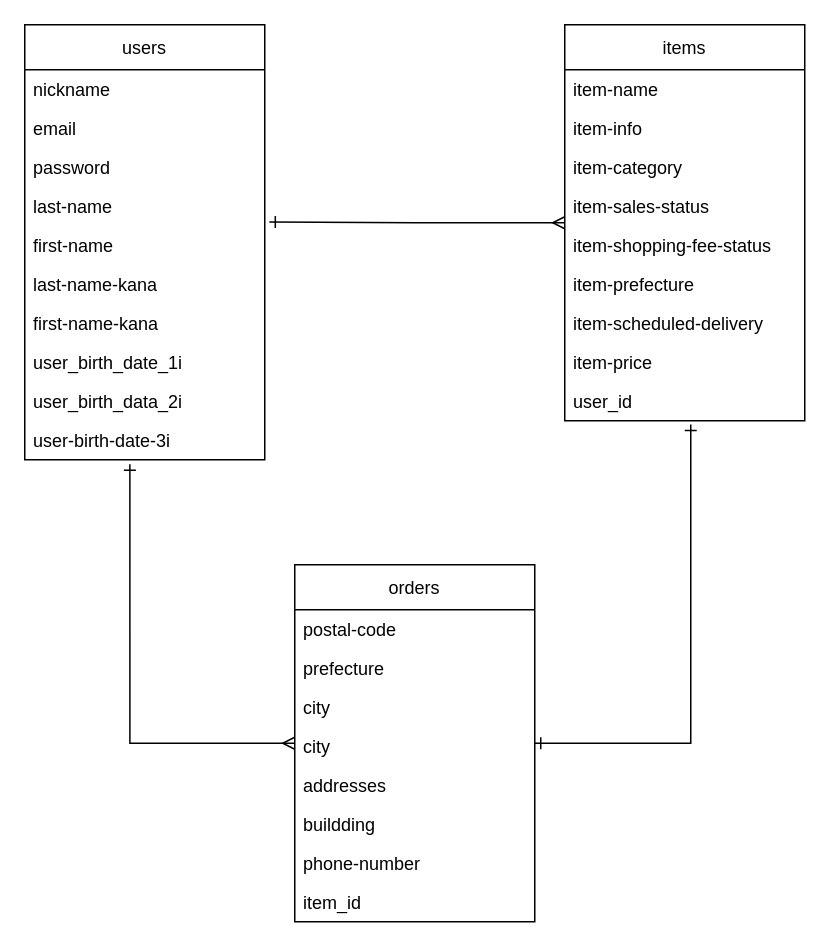
The draw.io diagram furima.dio in mikuma1/furima-31094, before the edit. Source tidied: cells renumbered, new cells numbered last; positions are measured from the earlier drawing's top-left corner, leaving out a move shared by most shapes. Both pictures are drawn from the tidied source at 150%, with x=0, y=0 at pixel (24, 24).
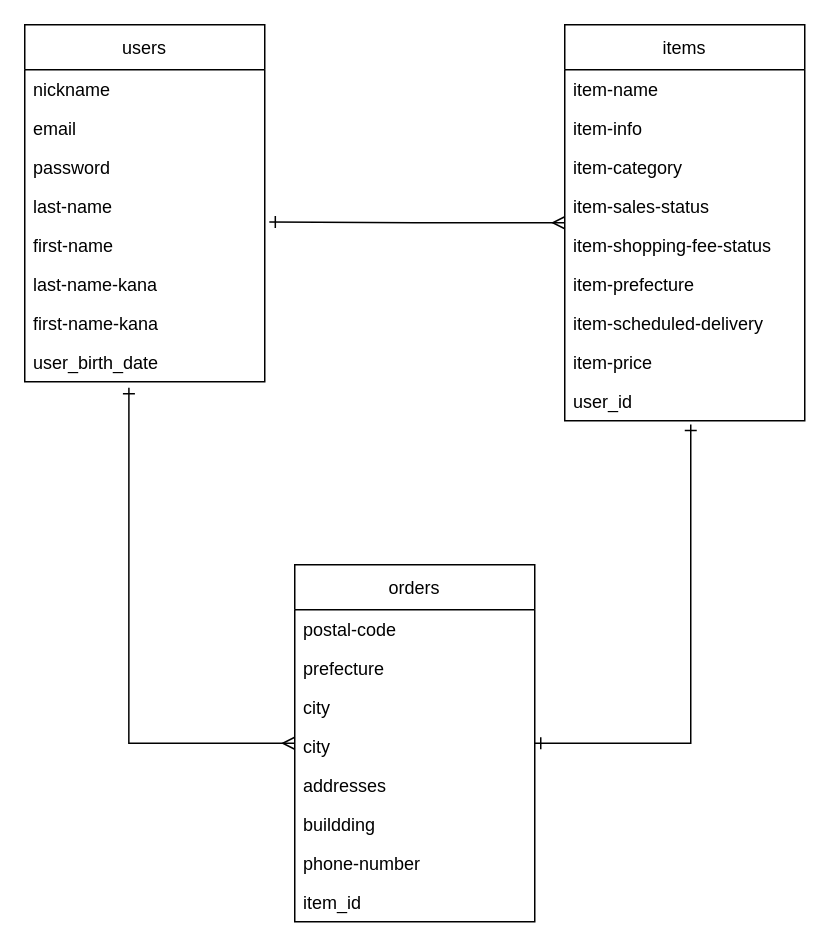
After the change.

Commit message (it also covers changes not shown here):
usersテーブル生年月日カラムをdate型に変更

Unchanged cells that the change refers to:
```xml
<mxCell id="26" value="orders" style="swimlane;fontStyle=0;horizontal=1;startSize=30;fillColor=none;" parent="1" vertex="1">
  <mxGeometry x="180" y="360" width="160" height="238" as="geometry" />
</mxCell>
```

What changed in the source:
```diff
@@
     <mxCell id="13" value="users" style="swimlane;fontStyle=0;horizontal=1;startSize=30;fillColor=none;" parent="1" vertex="1">
-      <mxGeometry width="160" height="290" as="geometry" />
+      <mxGeometry width="160" height="238" as="geometry" />
     </mxCell>
@@
-    <mxCell id="21" value="user_birth_date_1i" style="text;strokeColor=none;fillColor=none;align=left;verticalAlign=top;spacingLeft=4;spacingRight=4;overflow=hidden;points=[[0,0.5],[1,0.5]];portConstraint=eastwest;" parent="13" vertex="1">
+    <mxCell id="21" value="user_birth_date" style="text;strokeColor=none;fillColor=none;align=left;verticalAlign=top;spacingLeft=4;spacingRight=4;overflow=hidden;points=[[0,0.5],[1,0.5]];portConstraint=eastwest;" parent="13" vertex="1">
       <mxGeometry y="212" width="160" height="26" as="geometry" />
     </mxCell>
-    <mxCell id="22" value="user_birth_data_2i" style="text;strokeColor=none;fillColor=none;align=left;verticalAlign=top;spacingLeft=4;spacingRight=4;overflow=hidden;" parent="13" vertex="1">
-      <mxGeometry y="238" width="160" height="26" as="geometry" />
-    </mxCell>
-    <mxCell id="23" value="user-birth-date-3i" style="text;strokeColor=none;fillColor=none;align=left;verticalAlign=top;spacingLeft=4;spacingRight=4;overflow=hidden;points=[[0,0.5],[1,0.5]];portConstraint=eastwest;" parent="13" vertex="1">
-      <mxGeometry y="264" width="160" height="26" as="geometry" />
-    </mxCell>
-    <mxCell id="24" style="edgeStyle=orthogonalEdgeStyle;rounded=0;jettySize=auto;html=1;startArrow=ERmany;startFill=0;endArrow=ERone;endFill=0;entryX=0.438;entryY=1.115;entryDx=0;entryDy=0;entryPerimeter=0;" parent="1" edge="1" source="26" target="23">
+    <mxCell id="24" style="edgeStyle=orthogonalEdgeStyle;rounded=0;jettySize=auto;html=1;startArrow=ERmany;startFill=0;endArrow=ERone;endFill=0;entryX=0.434;entryY=1.154;entryDx=0;entryDy=0;entryPerimeter=0;" parent="1" edge="1" source="26" target="21">
       <mxGeometry relative="1" as="geometry">
         <Array as="points">
-          <mxPoint x="70" y="479" />
+          <mxPoint x="69" y="479" />
         </Array>
       </mxGeometry>
     </mxCell>
```
